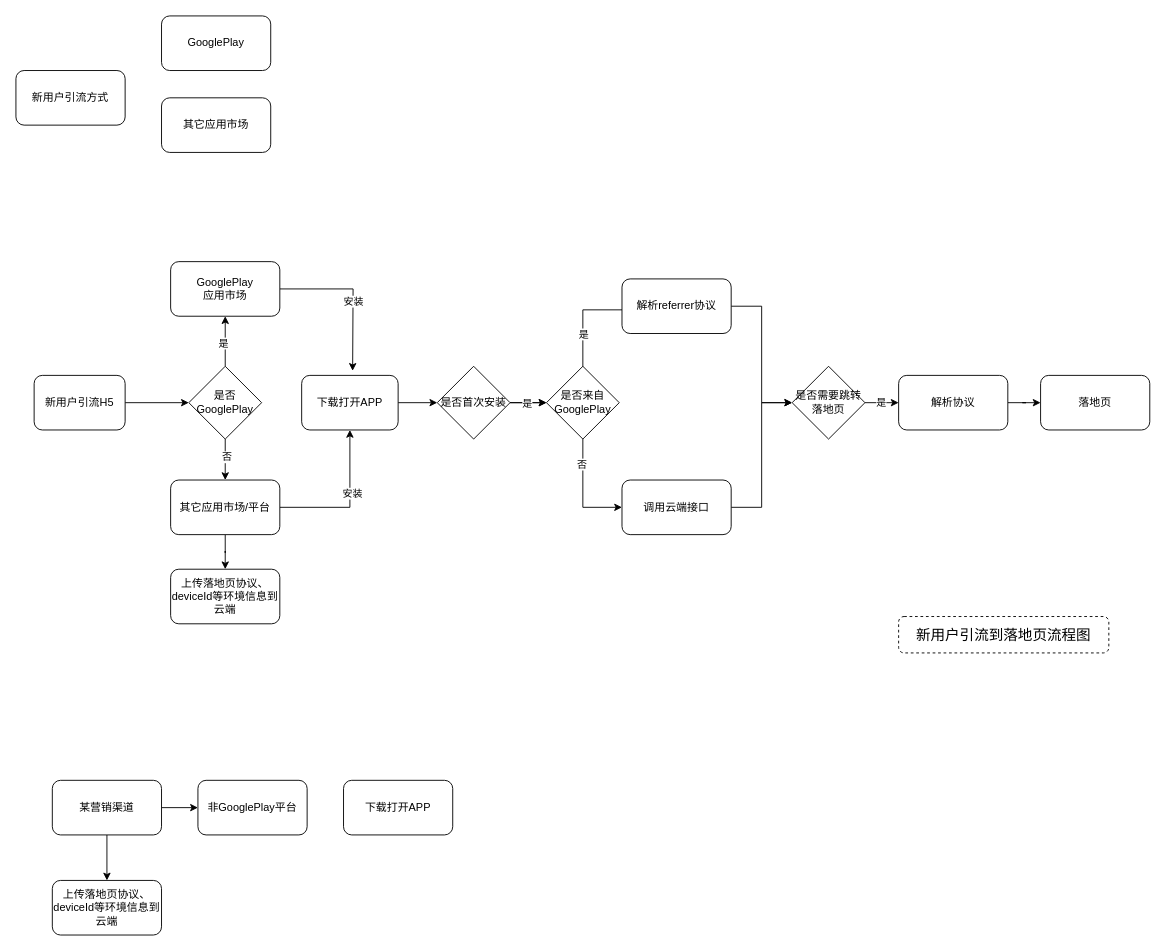
The draw.io diagram newuser_flow.drawio in hardygege/work, before the edit. Source tidied: cells renumbered, new cells numbered last; positions are measured from the earlier drawing's top-left corner, leaving out a move shared by most shapes. Both pictures are drawn from the tidied source at 91%, with x=0, y=0 at pixel (15, 15).
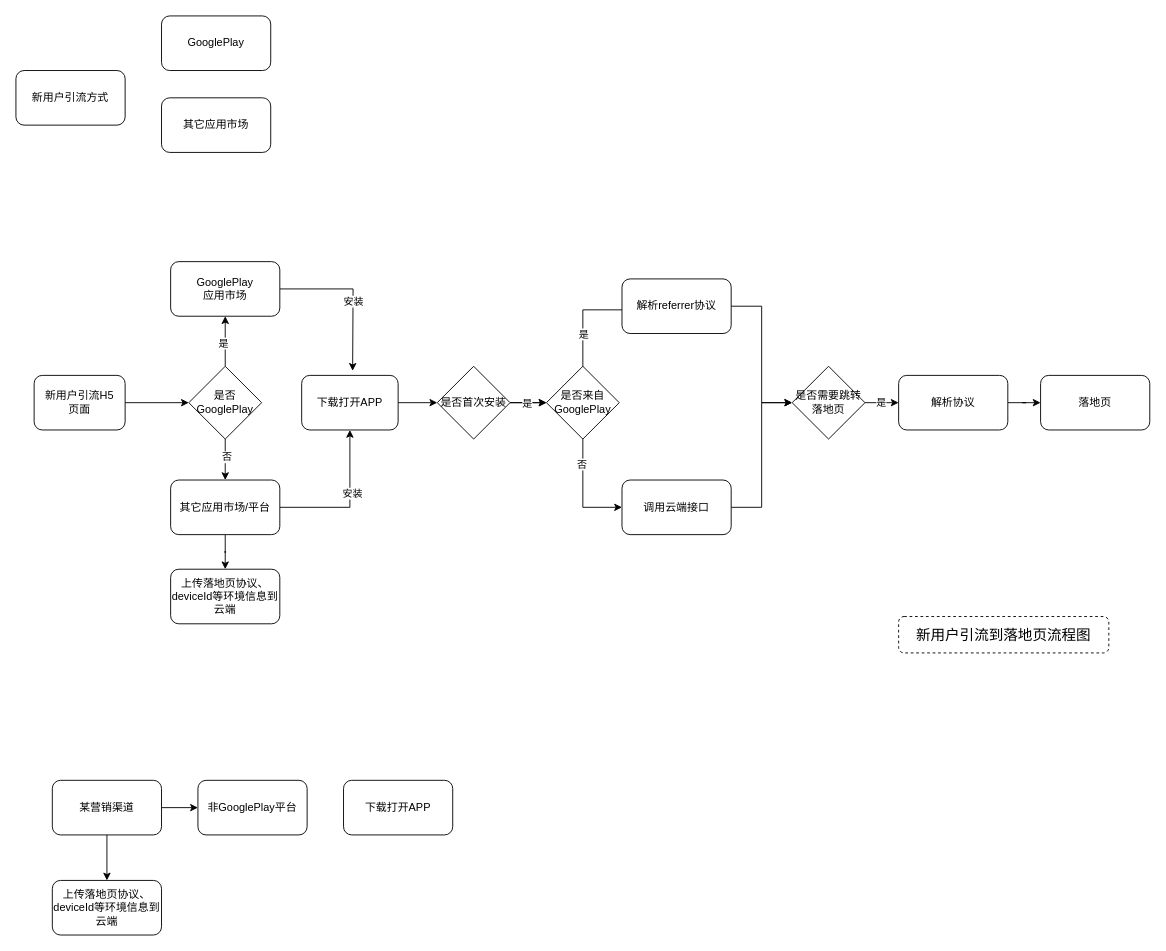
The same page after the edit.

Diff of the diagram source:
```diff
@@
-    <mxCell id="3" value="新用户引流H5" style="rounded=1;whiteSpace=wrap;html=1;" parent="1" vertex="1">
+    <mxCell id="3" value="新用户引流H5&lt;br&gt;页面" style="rounded=1;whiteSpace=wrap;html=1;" parent="1" vertex="1">
       <mxGeometry x="20" y="395" width="100" height="60" as="geometry" />
     </mxCell>
```
